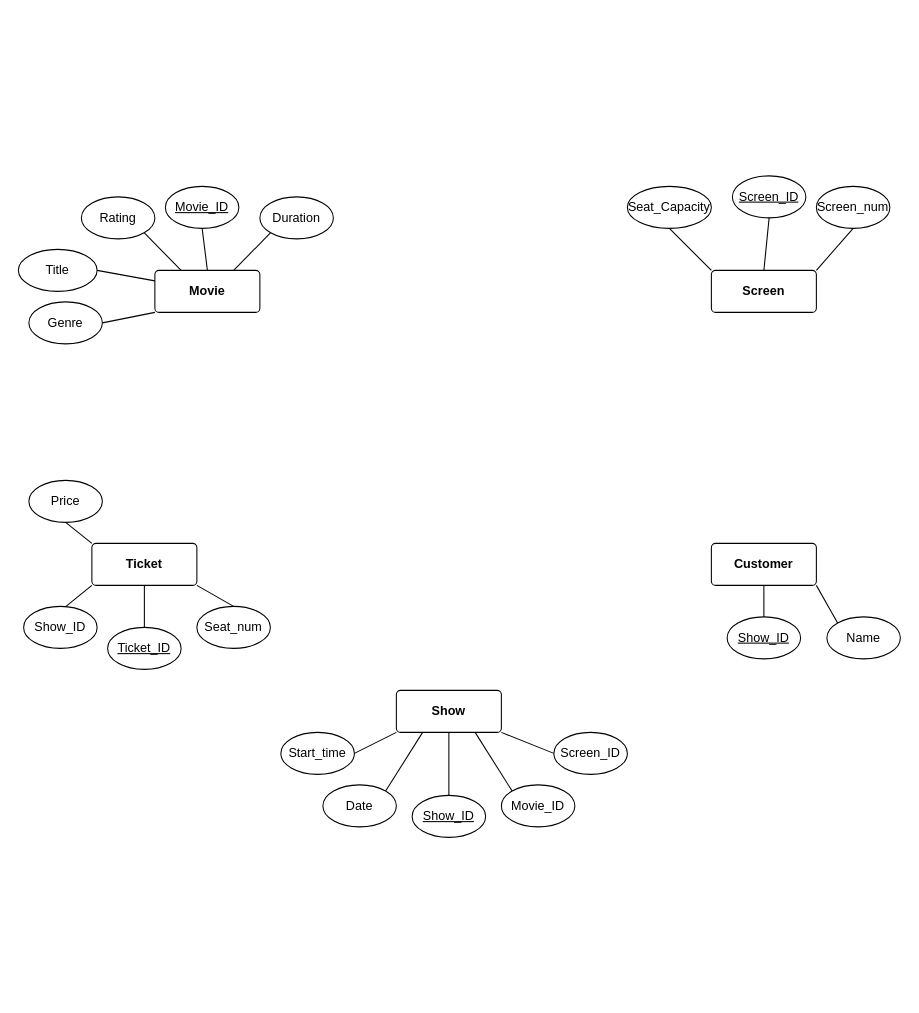
R-Zarei/Cinema-db keeps this draw.io diagram as Untitled Diagram.drawio. Above is the earlier version. Source tidied: cells renumbered, new cells numbered last; positions are measured from the earlier drawing's top-left corner, leaving out a move shared by most shapes. Both pictures are drawn from the tidied source at 105%, with x=0, y=0 at pixel (18, 175).
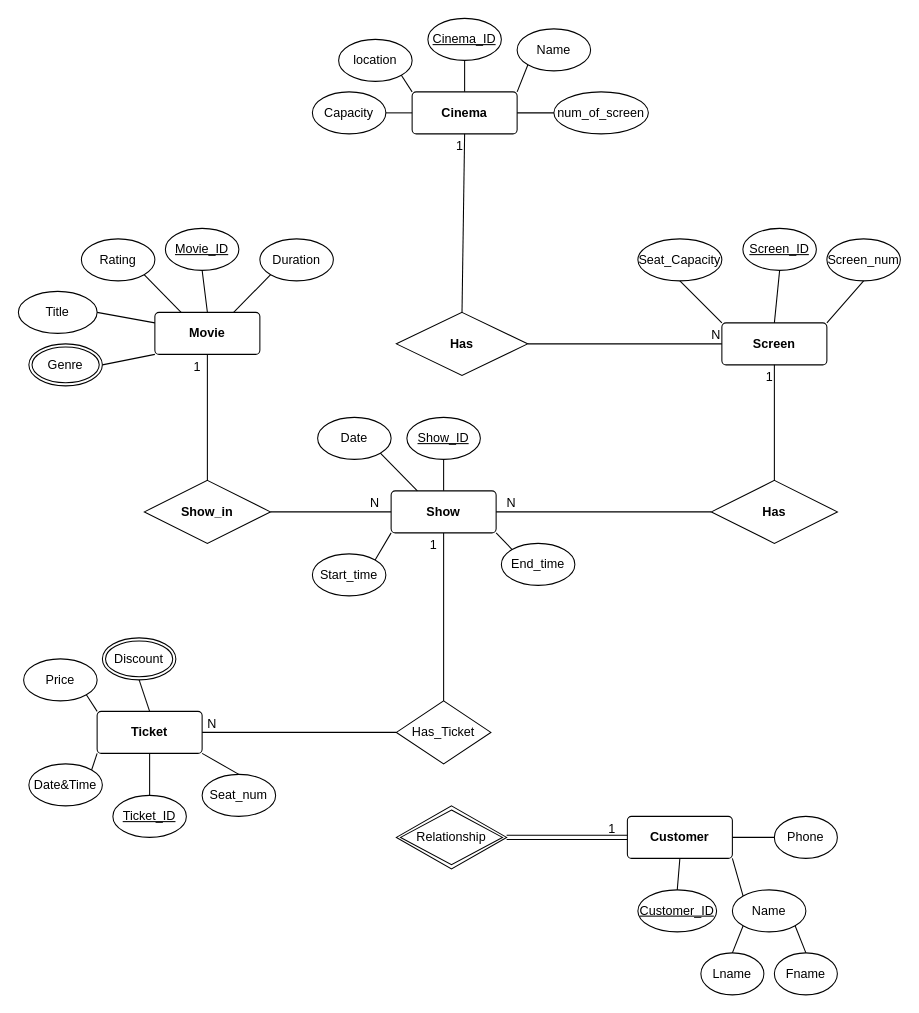
The same page after the edit.

Diff of the diagram source:
```diff
@@
     <mxCell id="2" value="&lt;b&gt;Screen&lt;/b&gt;" style="rounded=1;arcSize=10;whiteSpace=wrap;html=1;align=center;" parent="1" vertex="1">
-      <mxGeometry x="660" y="90" width="100" height="40" as="geometry" />
+      <mxGeometry x="670" y="140" width="100" height="40" as="geometry" />
     </mxCell>
     <mxCell id="3" value="&lt;b&gt;Ticket&lt;/b&gt;" style="rounded=1;arcSize=10;whiteSpace=wrap;html=1;align=center;" parent="1" vertex="1">
-      <mxGeometry x="70" y="350" width="100" height="40" as="geometry" />
+      <mxGeometry x="75" y="510" width="100" height="40" as="geometry" />
     </mxCell>
     <mxCell id="4" value="&lt;b&gt;Customer&lt;/b&gt;" style="rounded=1;arcSize=10;whiteSpace=wrap;html=1;align=center;" parent="1" vertex="1">
-      <mxGeometry x="660" y="350" width="100" height="40" as="geometry" />
+      <mxGeometry x="580" y="610" width="100" height="40" as="geometry" />
     </mxCell>
     <mxCell id="5" value="Screen_ID" style="ellipse;whiteSpace=wrap;html=1;align=center;fontStyle=4;" parent="1" vertex="1">
-      <mxGeometry x="680" width="70" height="40" as="geometry" />
+      <mxGeometry x="690" y="50" width="70" height="40" as="geometry" />
     </mxCell>
     <mxCell id="6" value="Screen_num" style="ellipse;whiteSpace=wrap;html=1;align=center;" parent="1" vertex="1">
-      <mxGeometry x="760" y="10" width="70" height="40" as="geometry" />
+      <mxGeometry x="770" y="60" width="70" height="40" as="geometry" />
     </mxCell>
     <mxCell id="7" value="Seat_Capacity" style="ellipse;whiteSpace=wrap;html=1;align=center;" parent="1" vertex="1">
-      <mxGeometry x="580" y="10" width="80" height="40" as="geometry" />
+      <mxGeometry x="590" y="60" width="80" height="40" as="geometry" />
     </mxCell>
@@
-    <mxCell id="11" value="Show_ID" style="ellipse;whiteSpace=wrap;html=1;align=center;fontStyle=4;" parent="1" vertex="1">
-      <mxGeometry x="675" y="420" width="70" height="40" as="geometry" />
+    <mxCell id="11" value="Customer_ID" style="ellipse;whiteSpace=wrap;html=1;align=center;fontStyle=4;" parent="1" vertex="1">
+      <mxGeometry x="590" y="680" width="75" height="40" as="geometry" />
     </mxCell>
     <mxCell id="12" value="&lt;b&gt;Movie&lt;/b&gt;" style="rounded=1;arcSize=10;whiteSpace=wrap;html=1;align=center;" parent="1" vertex="1">
-      <mxGeometry x="130" y="90" width="100" height="40" as="geometry" />
+      <mxGeometry x="130" y="130" width="100" height="40" as="geometry" />
     </mxCell>
     <mxCell id="13" value="Duration" style="ellipse;whiteSpace=wrap;html=1;align=center;" parent="1" vertex="1">
-      <mxGeometry x="230" y="20" width="70" height="40" as="geometry" />
+      <mxGeometry x="230" y="60" width="70" height="40" as="geometry" />
     </mxCell>
     <mxCell id="14" value="Rating" style="ellipse;whiteSpace=wrap;html=1;align=center;" parent="1" vertex="1">
-      <mxGeometry x="60" y="20" width="70" height="40" as="geometry" />
+      <mxGeometry x="60" y="60" width="70" height="40" as="geometry" />
     </mxCell>
     <mxCell id="15" value="Movie_ID" style="ellipse;whiteSpace=wrap;html=1;align=center;fontStyle=4;" parent="1" vertex="1">
-      <mxGeometry x="140" y="10" width="70" height="40" as="geometry" />
+      <mxGeometry x="140" y="50" width="70" height="40" as="geometry" />
     </mxCell>
     <mxCell id="16" value="Title" style="ellipse;whiteSpace=wrap;html=1;align=center;" parent="1" vertex="1">
-      <mxGeometry y="70" width="75" height="40" as="geometry" />
+      <mxGeometry y="110" width="75" height="40" as="geometry" />
     </mxCell>
-    <mxCell id="17" value="Genre" style="ellipse;whiteSpace=wrap;html=1;align=center;" parent="1" vertex="1">
-      <mxGeometry x="10" y="120" width="70" height="40" as="geometry" />
-    </mxCell>
@@
-    <mxCell id="20" style="endArrow=none;html=1;rounded=0;exitX=1;exitY=0.5;exitDx=0;exitDy=0;entryX=0;entryY=1;entryDx=0;entryDy=0;" parent="1" edge="1" source="17" target="12">
+    <mxCell id="20" style="endArrow=none;html=1;rounded=0;entryX=0;entryY=1;entryDx=0;entryDy=0;exitX=1;exitY=0.5;exitDx=0;exitDy=0;" parent="1" edge="1" source="17" target="12">
       <mxGeometry relative="1" as="geometry" />
     </mxCell>
@@
-    <mxCell id="23" value="&lt;b&gt;Show&lt;/b&gt;" style="rounded=1;arcSize=10;whiteSpace=wrap;html=1;align=center;" parent="1" vertex="1">
-      <mxGeometry x="360" y="490" width="100" height="40" as="geometry" />
-    </mxCell>
-    <mxCell id="24" value="Show_ID" style="ellipse;whiteSpace=wrap;html=1;align=center;fontStyle=4;" parent="1" vertex="1">
-      <mxGeometry x="375" y="590" width="70" height="40" as="geometry" />
-    </mxCell>
-    <mxCell id="25" value="Movie_ID" style="ellipse;whiteSpace=wrap;html=1;align=center;" parent="1" vertex="1">
-      <mxGeometry x="460" y="580" width="70" height="40" as="geometry" />
-    </mxCell>
-    <mxCell id="26" value="Date" style="ellipse;whiteSpace=wrap;html=1;align=center;" parent="1" vertex="1">
-      <mxGeometry x="290" y="580" width="70" height="40" as="geometry" />
-    </mxCell>
-    <mxCell id="27" value="Screen_ID" style="ellipse;whiteSpace=wrap;html=1;align=center;" parent="1" vertex="1">
-      <mxGeometry x="510" y="530" width="70" height="40" as="geometry" />
-    </mxCell>
-    <mxCell id="28" value="Start_time" style="ellipse;whiteSpace=wrap;html=1;align=center;" parent="1" vertex="1">
-      <mxGeometry x="250" y="530" width="70" height="40" as="geometry" />
-    </mxCell>
-    <mxCell id="29" style="endArrow=none;html=1;rounded=0;exitX=1;exitY=0.5;exitDx=0;exitDy=0;entryX=0;entryY=1;entryDx=0;entryDy=0;" parent="1" edge="1" source="28" target="23">
-      <mxGeometry relative="1" as="geometry" />
-    </mxCell>
-    <mxCell id="30" style="endArrow=none;html=1;rounded=0;exitX=0;exitY=0.5;exitDx=0;exitDy=0;entryX=1;entryY=1;entryDx=0;entryDy=0;" parent="1" edge="1" source="27" target="23">
-      <mxGeometry relative="1" as="geometry" />
-    </mxCell>
-    <mxCell id="31" style="endArrow=none;html=1;rounded=0;exitX=0.75;exitY=1;exitDx=0;exitDy=0;entryX=0;entryY=0;entryDx=0;entryDy=0;" parent="1" edge="1" source="23" target="25">
-      <mxGeometry relative="1" as="geometry" />
-    </mxCell>
-    <mxCell id="32" style="endArrow=none;html=1;rounded=0;exitX=1;exitY=0;exitDx=0;exitDy=0;entryX=0.25;entryY=1;entryDx=0;entryDy=0;" parent="1" edge="1" source="26" target="23">
-      <mxGeometry relative="1" as="geometry" />
-    </mxCell>
-    <mxCell id="33" style="endArrow=none;html=1;rounded=0;exitX=0.5;exitY=1;exitDx=0;exitDy=0;entryX=0.5;entryY=0;entryDx=0;entryDy=0;" parent="1" edge="1" source="23" target="24">
-      <mxGeometry relative="1" as="geometry" />
-    </mxCell>
     <mxCell id="34" value="Name" style="ellipse;whiteSpace=wrap;html=1;align=center;" parent="1" vertex="1">
-      <mxGeometry x="770" y="420" width="70" height="40" as="geometry" />
+      <mxGeometry x="680" y="680" width="70" height="40" as="geometry" />
     </mxCell>
@@
     <mxCell id="38" value="Ticket_ID" style="ellipse;whiteSpace=wrap;html=1;align=center;fontStyle=4;" parent="1" vertex="1">
-      <mxGeometry x="85" y="430" width="70" height="40" as="geometry" />
+      <mxGeometry x="90" y="590" width="70" height="40" as="geometry" />
     </mxCell>
-    <mxCell id="39" value="Show_ID" style="ellipse;whiteSpace=wrap;html=1;align=center;" parent="1" vertex="1">
-      <mxGeometry x="5" y="410" width="70" height="40" as="geometry" />
-    </mxCell>
     <mxCell id="40" value="Seat_num" style="ellipse;whiteSpace=wrap;html=1;align=center;" parent="1" vertex="1">
-      <mxGeometry x="170" y="410" width="70" height="40" as="geometry" />
+      <mxGeometry x="175" y="570" width="70" height="40" as="geometry" />
     </mxCell>
     <mxCell id="41" value="Price" style="ellipse;whiteSpace=wrap;html=1;align=center;" parent="1" vertex="1">
-      <mxGeometry x="10" y="290" width="70" height="40" as="geometry" />
+      <mxGeometry x="5" y="460" width="70" height="40" as="geometry" />
     </mxCell>
@@
-    <mxCell id="43" style="endArrow=none;html=1;rounded=0;exitX=0.572;exitY=0.007;exitDx=0;exitDy=0;exitPerimeter=0;entryX=0;entryY=1;entryDx=0;entryDy=0;" parent="1" edge="1" source="39" target="3">
-      <mxGeometry relative="1" as="geometry" />
-    </mxCell>
-    <mxCell id="44" style="endArrow=none;html=1;rounded=0;exitX=0.5;exitY=1;exitDx=0;exitDy=0;entryX=0;entryY=0;entryDx=0;entryDy=0;" parent="1" edge="1" source="41" target="3">
+    <mxCell id="44" style="endArrow=none;html=1;rounded=0;entryX=0;entryY=0;entryDx=0;entryDy=0;exitX=1;exitY=1;exitDx=0;exitDy=0;" parent="1" edge="1" source="41" target="3">
       <mxGeometry relative="1" as="geometry" />
     </mxCell>
@@
+    <mxCell id="46" value="&lt;b&gt;Cinema&lt;/b&gt;" style="rounded=1;arcSize=10;whiteSpace=wrap;html=1;align=center;" parent="1" vertex="1">
+      <mxGeometry x="375" y="-80" width="100" height="40" as="geometry" />
+    </mxCell>
+    <mxCell id="47" value="Cinema_ID" style="ellipse;whiteSpace=wrap;html=1;align=center;fontStyle=4;" parent="1" vertex="1">
+      <mxGeometry x="390" y="-150" width="70" height="40" as="geometry" />
+    </mxCell>
+    <mxCell id="23" value="&lt;b&gt;Show&lt;/b&gt;" style="rounded=1;arcSize=10;whiteSpace=wrap;html=1;align=center;" parent="1" vertex="1">
+      <mxGeometry x="355" y="300" width="100" height="40" as="geometry" />
+    </mxCell>
+    <mxCell id="24" value="Show_ID" style="ellipse;whiteSpace=wrap;html=1;align=center;fontStyle=4;" parent="1" vertex="1">
+      <mxGeometry x="370" y="230" width="70" height="40" as="geometry" />
+    </mxCell>
+    <mxCell id="26" value="Date" style="ellipse;whiteSpace=wrap;html=1;align=center;" parent="1" vertex="1">
+      <mxGeometry x="285" y="230" width="70" height="40" as="geometry" />
+    </mxCell>
+    <mxCell id="28" value="Start_time" style="ellipse;whiteSpace=wrap;html=1;align=center;" parent="1" vertex="1">
+      <mxGeometry x="280" y="360" width="70" height="40" as="geometry" />
+    </mxCell>
+    <mxCell id="29" style="endArrow=none;html=1;rounded=0;exitX=1;exitY=0;exitDx=0;exitDy=0;entryX=0;entryY=1;entryDx=0;entryDy=0;" parent="1" edge="1" source="28" target="23">
+      <mxGeometry relative="1" as="geometry" />
+    </mxCell>
+    <mxCell id="32" style="endArrow=none;html=1;rounded=0;exitX=1;exitY=1;exitDx=0;exitDy=0;entryX=0.25;entryY=0;entryDx=0;entryDy=0;" parent="1" edge="1" source="26" target="23">
+      <mxGeometry relative="1" as="geometry" />
+    </mxCell>
+    <mxCell id="33" style="endArrow=none;html=1;rounded=0;exitX=0.5;exitY=0;exitDx=0;exitDy=0;entryX=0.5;entryY=1;entryDx=0;entryDy=0;" parent="1" edge="1" source="23" target="24">
+      <mxGeometry relative="1" as="geometry" />
+    </mxCell>
+    <mxCell id="48" value="Name" style="ellipse;whiteSpace=wrap;html=1;align=center;" parent="1" vertex="1">
+      <mxGeometry x="475" y="-140" width="70" height="40" as="geometry" />
+    </mxCell>
+    <mxCell id="49" value="location" style="ellipse;whiteSpace=wrap;html=1;align=center;" parent="1" vertex="1">
+      <mxGeometry x="305" y="-130" width="70" height="40" as="geometry" />
+    </mxCell>
+    <mxCell id="50" value="num_of_screen" style="ellipse;whiteSpace=wrap;html=1;align=center;" parent="1" vertex="1">
+      <mxGeometry x="510" y="-80" width="90" height="40" as="geometry" />
+    </mxCell>
+    <mxCell id="51" value="Capacity" style="ellipse;whiteSpace=wrap;html=1;align=center;" parent="1" vertex="1">
+      <mxGeometry x="280" y="-80" width="70" height="40" as="geometry" />
+    </mxCell>
+    <mxCell id="52" style="endArrow=none;html=1;rounded=0;entryX=0;entryY=0.5;entryDx=0;entryDy=0;exitX=1;exitY=0.5;exitDx=0;exitDy=0;" parent="1" edge="1" source="46" target="50">
+      <mxGeometry relative="1" as="geometry" />
+    </mxCell>
+    <mxCell id="53" style="endArrow=none;html=1;rounded=0;exitX=0;exitY=1;exitDx=0;exitDy=0;entryX=1;entryY=0;entryDx=0;entryDy=0;" parent="1" edge="1" source="48" target="46">
+      <mxGeometry relative="1" as="geometry" />
+    </mxCell>
+    <mxCell id="54" style="endArrow=none;html=1;rounded=0;exitX=1;exitY=0.5;exitDx=0;exitDy=0;entryX=0;entryY=0.5;entryDx=0;entryDy=0;" parent="1" edge="1" source="51" target="46">
+      <mxGeometry relative="1" as="geometry" />
+    </mxCell>
+    <mxCell id="55" style="endArrow=none;html=1;rounded=0;exitX=1;exitY=1;exitDx=0;exitDy=0;entryX=0;entryY=0;entryDx=0;entryDy=0;" parent="1" edge="1" source="49" target="46">
+      <mxGeometry relative="1" as="geometry" />
+    </mxCell>
+    <mxCell id="56" style="endArrow=none;html=1;rounded=0;exitX=0.5;exitY=1;exitDx=0;exitDy=0;entryX=0.5;entryY=0;entryDx=0;entryDy=0;" parent="1" edge="1" source="47" target="46">
+      <mxGeometry relative="1" as="geometry" />
+    </mxCell>
+    <mxCell id="57" value="End_time" style="ellipse;whiteSpace=wrap;html=1;align=center;" parent="1" vertex="1">
+      <mxGeometry x="460" y="350" width="70" height="40" as="geometry" />
+    </mxCell>
+    <mxCell id="58" style="endArrow=none;html=1;rounded=0;exitX=1;exitY=1;exitDx=0;exitDy=0;entryX=0;entryY=0;entryDx=0;entryDy=0;" parent="1" edge="1" source="23" target="57">
+      <mxGeometry relative="1" as="geometry" />
+    </mxCell>
+    <mxCell id="59" value="Date&amp;amp;Time" style="ellipse;whiteSpace=wrap;html=1;align=center;" parent="1" vertex="1">
+      <mxGeometry x="10" y="560" width="70" height="40" as="geometry" />
+    </mxCell>
+    <mxCell id="60" style="endArrow=none;html=1;rounded=0;exitX=1;exitY=0;exitDx=0;exitDy=0;entryX=0;entryY=1;entryDx=0;entryDy=0;" parent="1" edge="1" source="59" target="3">
+      <mxGeometry relative="1" as="geometry" />
+    </mxCell>
+    <mxCell id="61" value="Lname" style="ellipse;whiteSpace=wrap;html=1;align=center;" parent="1" vertex="1">
+      <mxGeometry x="650" y="740" width="60" height="40" as="geometry" />
+    </mxCell>
+    <mxCell id="62" value="Fname" style="ellipse;whiteSpace=wrap;html=1;align=center;" parent="1" vertex="1">
+      <mxGeometry x="720" y="740" width="60" height="40" as="geometry" />
+    </mxCell>
+    <mxCell id="63" style="endArrow=none;html=1;rounded=0;entryX=0.5;entryY=0;entryDx=0;entryDy=0;exitX=0;exitY=1;exitDx=0;exitDy=0;" parent="1" edge="1" source="34" target="61">
+      <mxGeometry relative="1" as="geometry" />
+    </mxCell>
+    <mxCell id="64" style="endArrow=none;html=1;rounded=0;entryX=0.5;entryY=0;entryDx=0;entryDy=0;exitX=1;exitY=1;exitDx=0;exitDy=0;" parent="1" edge="1" source="34" target="62">
+      <mxGeometry relative="1" as="geometry" />
+    </mxCell>
+    <mxCell id="65" value="Phone" style="ellipse;whiteSpace=wrap;html=1;align=center;" parent="1" vertex="1">
+      <mxGeometry x="720" y="610" width="60" height="40" as="geometry" />
+    </mxCell>
+    <mxCell id="66" style="endArrow=none;html=1;rounded=0;exitX=1;exitY=0.5;exitDx=0;exitDy=0;entryX=0;entryY=0.5;entryDx=0;entryDy=0;" parent="1" edge="1" source="4" target="65">
+      <mxGeometry relative="1" as="geometry" />
+    </mxCell>
+    <mxCell id="17" value="Genre" style="ellipse;shape=doubleEllipse;margin=3;whiteSpace=wrap;html=1;align=center;" parent="1" vertex="1">
+      <mxGeometry x="10" y="160" width="70" height="40" as="geometry" />
+    </mxCell>
+    <mxCell id="67" value="Discount" style="ellipse;shape=doubleEllipse;margin=3;whiteSpace=wrap;html=1;align=center;" parent="1" vertex="1">
+      <mxGeometry x="80" y="440" width="70" height="40" as="geometry" />
+    </mxCell>
+    <mxCell id="68" style="endArrow=none;html=1;rounded=0;entryX=0.5;entryY=0;entryDx=0;entryDy=0;exitX=0.5;exitY=1;exitDx=0;exitDy=0;" parent="1" edge="1" source="67" target="3">
+      <mxGeometry relative="1" as="geometry" />
+    </mxCell>
+    <mxCell id="69" value="&lt;b&gt;Has&lt;/b&gt;" style="shape=rhombus;perimeter=rhombusPerimeter;whiteSpace=wrap;html=1;align=center;" parent="1" vertex="1">
+      <mxGeometry x="360" y="130" width="125" height="60" as="geometry" />
+    </mxCell>
+    <mxCell id="70" style="endArrow=none;html=1;rounded=0;entryX=0;entryY=0.5;entryDx=0;entryDy=0;exitX=1;exitY=0.5;exitDx=0;exitDy=0;" parent="1" edge="1" source="69" target="2">
+      <mxGeometry relative="1" as="geometry" />
+    </mxCell>
+    <mxCell id="71" value="N" style="html=1;whiteSpace=wrap;align=right;verticalAlign=bottom;" parent="70" vertex="1">
+      <mxGeometry x="1" relative="1" as="geometry" />
+    </mxCell>
+    <mxCell id="72" style="endArrow=none;html=1;rounded=0;entryX=0.5;entryY=1;entryDx=0;entryDy=0;exitX=0.5;exitY=0;exitDx=0;exitDy=0;" parent="1" edge="1" source="69" target="46">
+      <mxGeometry relative="1" as="geometry" />
+    </mxCell>
+    <mxCell id="73" value="1" style="html=1;whiteSpace=wrap;align=right;verticalAlign=bottom;" parent="72" vertex="1">
+      <mxGeometry x="1" relative="1" as="geometry">
+        <mxPoint y="20" as="offset" />
+      </mxGeometry>
+    </mxCell>
+    <mxCell id="74" value="&lt;b&gt;Has&lt;/b&gt;" style="shape=rhombus;perimeter=rhombusPerimeter;whiteSpace=wrap;html=1;align=center;" parent="1" vertex="1">
+      <mxGeometry x="660" y="290" width="120" height="60" as="geometry" />
+    </mxCell>
+    <mxCell id="75" style="endArrow=none;html=1;rounded=0;entryX=1;entryY=0.5;entryDx=0;entryDy=0;exitX=0;exitY=0.5;exitDx=0;exitDy=0;" parent="1" edge="1" source="74" target="23">
+      <mxGeometry relative="1" as="geometry" />
+    </mxCell>
+    <mxCell id="76" value="N" style="html=1;whiteSpace=wrap;align=right;verticalAlign=bottom;" parent="75" vertex="1">
+      <mxGeometry x="1" relative="1" as="geometry">
+        <mxPoint x="20" as="offset" />
+      </mxGeometry>
+    </mxCell>
+    <mxCell id="77" style="endArrow=none;html=1;rounded=0;entryX=0.5;entryY=1;entryDx=0;entryDy=0;exitX=0.5;exitY=0;exitDx=0;exitDy=0;" parent="1" edge="1" source="74" target="2">
+      <mxGeometry relative="1" as="geometry" />
+    </mxCell>
+    <mxCell id="78" value="1" style="html=1;whiteSpace=wrap;align=right;verticalAlign=bottom;" parent="77" vertex="1">
+      <mxGeometry x="1" relative="1" as="geometry">
+        <mxPoint y="20" as="offset" />
+      </mxGeometry>
+    </mxCell>
+    <mxCell id="79" value="&lt;b&gt;Show_in&lt;/b&gt;" style="shape=rhombus;perimeter=rhombusPerimeter;whiteSpace=wrap;html=1;align=center;" parent="1" vertex="1">
+      <mxGeometry x="120" y="290" width="120" height="60" as="geometry" />
+    </mxCell>
+    <mxCell id="80" style="endArrow=none;html=1;rounded=0;exitX=1;exitY=0.5;exitDx=0;exitDy=0;entryX=0;entryY=0.5;entryDx=0;entryDy=0;" parent="1" edge="1" source="79" target="23">
+      <mxGeometry relative="1" as="geometry" />
+    </mxCell>
+    <mxCell id="81" value="N" style="html=1;whiteSpace=wrap;align=right;verticalAlign=bottom;" parent="80" vertex="1">
+      <mxGeometry x="1" relative="1" as="geometry">
+        <mxPoint x="-10" as="offset" />
+      </mxGeometry>
+    </mxCell>
+    <mxCell id="82" style="endArrow=none;html=1;rounded=0;entryX=0.5;entryY=1;entryDx=0;entryDy=0;exitX=0.5;exitY=0;exitDx=0;exitDy=0;" parent="1" edge="1" source="79" target="12">
+      <mxGeometry relative="1" as="geometry" />
+    </mxCell>
+    <mxCell id="83" value="1" style="html=1;whiteSpace=wrap;align=right;verticalAlign=bottom;" parent="82" vertex="1">
+      <mxGeometry x="1" relative="1" as="geometry">
+        <mxPoint x="-5" y="20" as="offset" />
+      </mxGeometry>
+    </mxCell>
+    <mxCell id="84" value="Has_Ticket" style="shape=rhombus;perimeter=rhombusPerimeter;whiteSpace=wrap;html=1;align=center;" parent="1" vertex="1">
+      <mxGeometry x="360" y="500" width="90" height="60" as="geometry" />
+    </mxCell>
+    <mxCell id="85" style="endArrow=none;html=1;rounded=0;entryX=0.5;entryY=1;entryDx=0;entryDy=0;exitX=0.5;exitY=0;exitDx=0;exitDy=0;" parent="1" edge="1" source="84" target="23">
+      <mxGeometry relative="1" as="geometry" />
+    </mxCell>
+    <mxCell id="86" value="1" style="html=1;whiteSpace=wrap;align=right;verticalAlign=bottom;" parent="85" vertex="1">
+      <mxGeometry x="1" relative="1" as="geometry">
+        <mxPoint x="-5" y="20" as="offset" />
+      </mxGeometry>
+    </mxCell>
+    <mxCell id="87" style="endArrow=none;html=1;rounded=0;entryX=1;entryY=0.5;entryDx=0;entryDy=0;exitX=0;exitY=0.5;exitDx=0;exitDy=0;" parent="1" edge="1" source="84" target="3">
+      <mxGeometry relative="1" as="geometry" />
+    </mxCell>
+    <mxCell id="88" value="N" style="html=1;whiteSpace=wrap;align=right;verticalAlign=bottom;" parent="87" vertex="1">
+      <mxGeometry x="1" relative="1" as="geometry">
+        <mxPoint x="15" as="offset" />
+      </mxGeometry>
+    </mxCell>
+    <mxCell id="89" value="Relationship" style="shape=rhombus;double=1;perimeter=rhombusPerimeter;whiteSpace=wrap;html=1;align=center;" parent="1" vertex="1">
+      <mxGeometry x="360" y="600" width="105" height="60" as="geometry" />
+    </mxCell>
+    <mxCell id="90" style="shape=link;html=1;rounded=0;entryX=0;entryY=0.5;entryDx=0;entryDy=0;exitX=1;exitY=0.5;exitDx=0;exitDy=0;" parent="1" edge="1" source="89" target="4">
+      <mxGeometry relative="1" as="geometry" />
+    </mxCell>
+    <mxCell id="91" value="1" style="html=1;whiteSpace=wrap;align=right;verticalAlign=bottom;" parent="90" vertex="1">
+      <mxGeometry x="1" relative="1" as="geometry">
+        <mxPoint x="-10" as="offset" />
+      </mxGeometry>
+    </mxCell>
```
